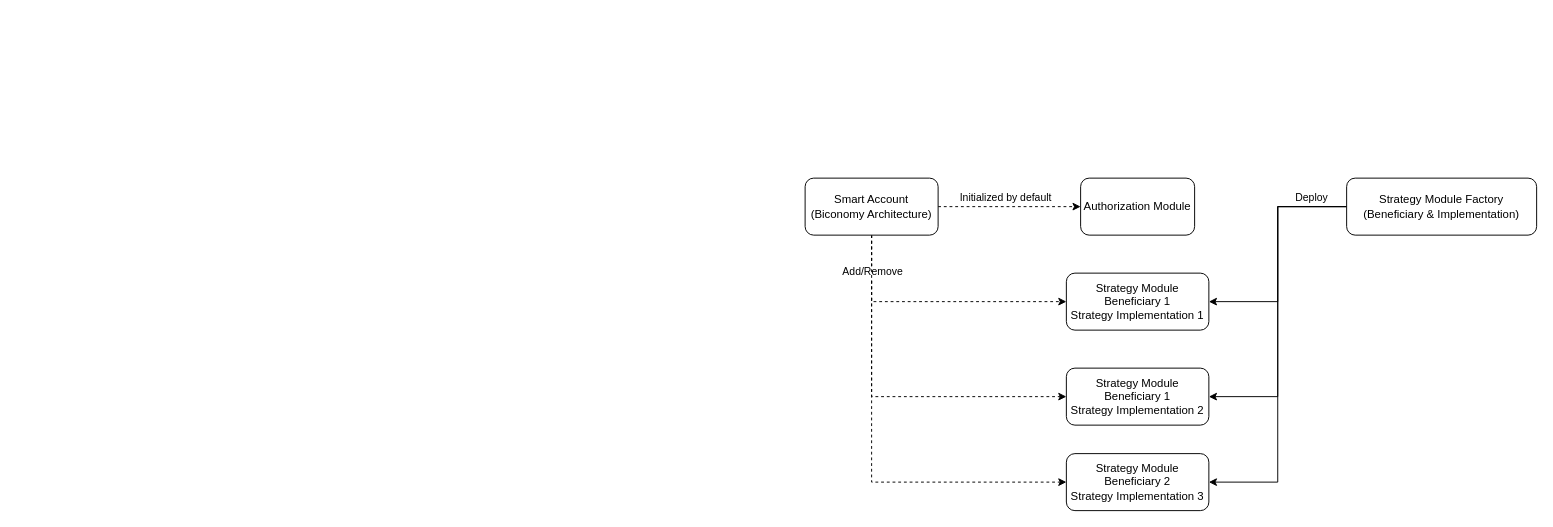
Before: defi-strategies/Untitled Diagram.drawio in Unhosted-Wallet/unhosted-modules, a draw.io diagram. Source tidied: cells renumbered, new cells numbered last; positions are measured from the earlier drawing's top-left corner, leaving out a move shared by most shapes. Both pictures are drawn from the tidied source at 95%, with x=0, y=0 at pixel (805, 178).
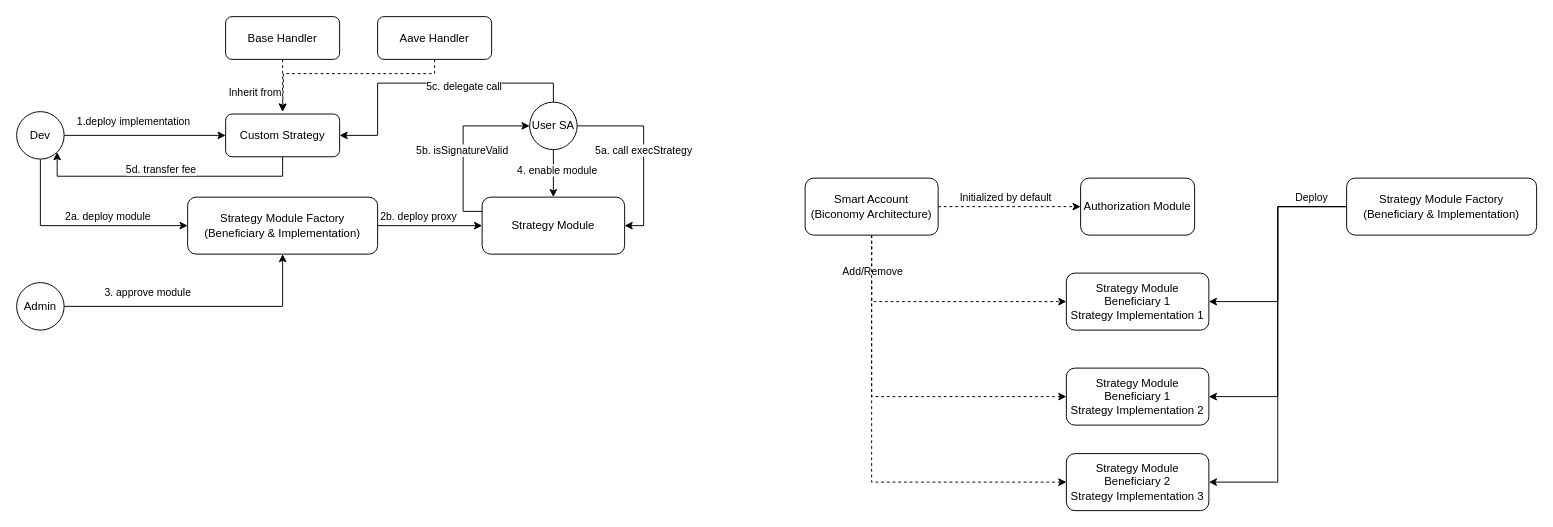
The same page after the edit.

Commit message:
Strategy Module Diagram.drawio

Change to the diagram source:
```diff
@@
+    <mxCell id="18" style="edgeStyle=orthogonalEdgeStyle;rounded=0;jettySize=auto;html=1;entryX=0;entryY=0.5;entryDx=0;entryDy=0;" parent="1" edge="1" source="22" target="25">
+      <mxGeometry relative="1" as="geometry" />
+    </mxCell>
+    <mxCell id="19" value="1.deploy implementation" style="edgeLabel;html=1;align=center;verticalAlign=middle;" parent="18" vertex="1">
+      <mxGeometry x="-0.2" y="-2" relative="1" as="geometry">
+        <mxPoint x="4" y="-17" as="offset" />
+      </mxGeometry>
+    </mxCell>
+    <mxCell id="20" style="edgeStyle=orthogonalEdgeStyle;rounded=0;jettySize=auto;html=1;entryX=0;entryY=0.5;entryDx=0;entryDy=0;exitX=0.5;exitY=1;exitDx=0;exitDy=0;" parent="1" edge="1" source="22" target="33">
+      <mxGeometry relative="1" as="geometry" />
+    </mxCell>
+    <mxCell id="21" value="&lt;div&gt;2a. deploy module&lt;/div&gt;" style="edgeLabel;html=1;align=center;verticalAlign=middle;" parent="20" vertex="1">
+      <mxGeometry x="0.51" y="-2" relative="1" as="geometry">
+        <mxPoint x="-30" y="-12" as="offset" />
+      </mxGeometry>
+    </mxCell>
+    <mxCell id="22" value="Dev" style="ellipse;whiteSpace=wrap;html=1;" parent="1" vertex="1">
+      <mxGeometry x="-830" y="-70" width="50" height="50" as="geometry" />
+    </mxCell>
+    <mxCell id="23" style="edgeStyle=orthogonalEdgeStyle;rounded=0;jettySize=auto;html=1;entryX=1;entryY=1;entryDx=0;entryDy=0;exitX=0.5;exitY=1;exitDx=0;exitDy=0;" parent="1" edge="1" source="25" target="22">
+      <mxGeometry relative="1" as="geometry">
+        <Array as="points">
+          <mxPoint x="-550" y="-2" />
+          <mxPoint x="-787" y="-2" />
+        </Array>
+      </mxGeometry>
+    </mxCell>
+    <mxCell id="24" value="5d. transfer fee" style="edgeLabel;html=1;align=center;verticalAlign=middle;" parent="23" vertex="1">
+      <mxGeometry x="0.06" y="3" relative="1" as="geometry">
+        <mxPoint x="1" y="-11" as="offset" />
+      </mxGeometry>
+    </mxCell>
+    <mxCell id="25" value="Custom Strategy" style="rounded=1;whiteSpace=wrap;html=1;" parent="1" vertex="1">
+      <mxGeometry x="-610" y="-67.5" width="120" height="45" as="geometry" />
+    </mxCell>
+    <mxCell id="26" style="edgeStyle=orthogonalEdgeStyle;rounded=0;jettySize=auto;html=1;dashed=1;" parent="1" edge="1" source="28">
+      <mxGeometry relative="1" as="geometry">
+        <mxPoint x="-550" y="-70" as="targetPoint" />
+      </mxGeometry>
+    </mxCell>
+    <mxCell id="27" value="Inherit from" style="edgeLabel;html=1;align=center;verticalAlign=middle;" parent="26" vertex="1">
+      <mxGeometry x="0.01" y="5" relative="1" as="geometry">
+        <mxPoint x="-35" y="7" as="offset" />
+      </mxGeometry>
+    </mxCell>
+    <mxCell id="28" value="Base Handler" style="rounded=1;whiteSpace=wrap;html=1;" parent="1" vertex="1">
+      <mxGeometry x="-610" y="-170" width="120" height="45" as="geometry" />
+    </mxCell>
+    <mxCell id="29" style="edgeStyle=orthogonalEdgeStyle;rounded=0;jettySize=auto;html=1;dashed=1;" parent="1" edge="1" source="30">
+      <mxGeometry relative="1" as="geometry">
+        <mxPoint x="-550" y="-70" as="targetPoint" />
+        <Array as="points">
+          <mxPoint x="-390" y="-110" />
+          <mxPoint x="-549" y="-110" />
+        </Array>
+      </mxGeometry>
+    </mxCell>
+    <mxCell id="30" value="Aave Handler" style="rounded=1;whiteSpace=wrap;html=1;" parent="1" vertex="1">
+      <mxGeometry x="-450" y="-170" width="120" height="45" as="geometry" />
+    </mxCell>
+    <mxCell id="31" style="edgeStyle=orthogonalEdgeStyle;rounded=0;jettySize=auto;html=1;entryX=0;entryY=0.5;entryDx=0;entryDy=0;" parent="1" edge="1" source="33" target="46">
+      <mxGeometry relative="1" as="geometry" />
+    </mxCell>
+    <mxCell id="32" value="2b. deploy proxy" style="edgeLabel;html=1;align=center;verticalAlign=middle;" parent="31" vertex="1">
+      <mxGeometry x="-0.23" relative="1" as="geometry">
+        <mxPoint y="-10" as="offset" />
+      </mxGeometry>
+    </mxCell>
+    <mxCell id="33" value="Strategy Module Factory&lt;br&gt;(Beneficiary &amp;amp;&amp;nbsp;Implementation)" style="whiteSpace=wrap;html=1;rounded=1;" parent="1" vertex="1">
+      <mxGeometry x="-650" y="20" width="200" height="60" as="geometry" />
+    </mxCell>
+    <mxCell id="34" style="edgeStyle=orthogonalEdgeStyle;rounded=0;jettySize=auto;html=1;entryX=0.5;entryY=1;entryDx=0;entryDy=0;" parent="1" edge="1" source="36" target="33">
+      <mxGeometry relative="1" as="geometry" />
+    </mxCell>
+    <mxCell id="35" value="3. approve module" style="edgeLabel;html=1;align=center;verticalAlign=middle;" parent="34" vertex="1">
+      <mxGeometry x="-0.36" y="-4" relative="1" as="geometry">
+        <mxPoint x="-4" y="-19" as="offset" />
+      </mxGeometry>
+    </mxCell>
+    <mxCell id="36" value="Admin" style="ellipse;whiteSpace=wrap;html=1;" parent="1" vertex="1">
+      <mxGeometry x="-830" y="110" width="50" height="50" as="geometry" />
+    </mxCell>
+    <mxCell id="37" style="edgeStyle=orthogonalEdgeStyle;rounded=0;jettySize=auto;html=1;entryX=0.5;entryY=0;entryDx=0;entryDy=0;" parent="1" edge="1" source="43" target="46">
+      <mxGeometry relative="1" as="geometry" />
+    </mxCell>
+    <mxCell id="38" value="4. enable module" style="edgeLabel;html=1;align=center;verticalAlign=middle;" parent="37" vertex="1">
+      <mxGeometry x="-0.16" y="3" relative="1" as="geometry" />
+    </mxCell>
+    <mxCell id="39" style="edgeStyle=orthogonalEdgeStyle;rounded=0;jettySize=auto;html=1;entryX=1;entryY=0.5;entryDx=0;entryDy=0;exitX=1;exitY=0.5;exitDx=0;exitDy=0;" parent="1" edge="1" source="43" target="46">
+      <mxGeometry relative="1" as="geometry" />
+    </mxCell>
+    <mxCell id="40" value="5a. call execStrategy" style="edgeLabel;html=1;align=center;verticalAlign=middle;" parent="39" vertex="1">
+      <mxGeometry x="0.06" y="-1" relative="1" as="geometry">
+        <mxPoint y="-8" as="offset" />
+      </mxGeometry>
+    </mxCell>
+    <mxCell id="41" style="edgeStyle=orthogonalEdgeStyle;rounded=0;jettySize=auto;html=1;entryX=1;entryY=0.5;entryDx=0;entryDy=0;exitX=0.5;exitY=0;exitDx=0;exitDy=0;" parent="1" edge="1" source="43" target="25">
+      <mxGeometry relative="1" as="geometry">
+        <Array as="points">
+          <mxPoint x="-265" y="-100" />
+          <mxPoint x="-450" y="-100" />
+          <mxPoint x="-450" y="-45" />
+        </Array>
+      </mxGeometry>
+    </mxCell>
+    <mxCell id="42" value="5c. delegate call" style="edgeLabel;html=1;align=center;verticalAlign=middle;" parent="41" vertex="1">
+      <mxGeometry x="-0.38" y="3" relative="1" as="geometry">
+        <mxPoint x="-22" as="offset" />
+      </mxGeometry>
+    </mxCell>
+    <mxCell id="43" value="User SA" style="ellipse;whiteSpace=wrap;html=1;" parent="1" vertex="1">
+      <mxGeometry x="-290" y="-80" width="50" height="50" as="geometry" />
+    </mxCell>
+    <mxCell id="44" style="edgeStyle=orthogonalEdgeStyle;rounded=0;jettySize=auto;html=1;entryX=0;entryY=0.5;entryDx=0;entryDy=0;exitX=0;exitY=0.25;exitDx=0;exitDy=0;" parent="1" edge="1" source="46" target="43">
+      <mxGeometry relative="1" as="geometry" />
+    </mxCell>
+    <mxCell id="45" value="5b. isSignatureValid" style="edgeLabel;html=1;align=center;verticalAlign=middle;" parent="44" vertex="1">
+      <mxGeometry x="-0.19" y="2" relative="1" as="geometry">
+        <mxPoint y="-12" as="offset" />
+      </mxGeometry>
+    </mxCell>
+    <mxCell id="46" value="Strategy Module" style="whiteSpace=wrap;html=1;rounded=1;" parent="1" vertex="1">
+      <mxGeometry x="-340" y="20" width="150" height="60" as="geometry" />
+    </mxCell>
```
